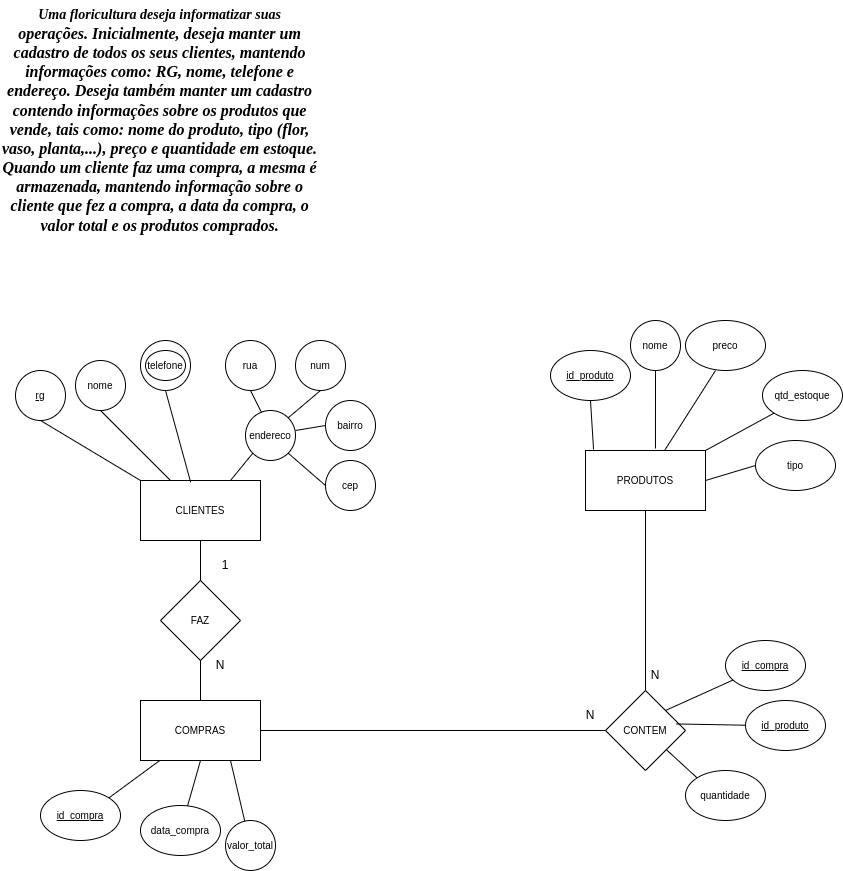
The draw.io diagram Banco de dados/Diagrama Entidade Relacionamento/DER03-SoulCode.drawio.png in Daniel022de/DataEngineer_SoulCode, before a commit. Source tidied: cells renumbered, new cells last; positions are measured from the earlier drawing's top-left corner, leaving out a move shared by most shapes. Its diagram source:
```xml
<mxGraphModel>
  <root>
    <mxCell id="0" />
    <mxCell id="1" parent="0" />
    <mxCell id="2" value="data_compra" style="ellipse;whiteSpace=wrap;html=1;fontSize=10;" parent="1" vertex="1">
      <mxGeometry x="140" y="805" width="80" height="50" as="geometry" />
    </mxCell>
    <mxCell id="3" style="endArrow=none;html=1;rounded=0;fontSize=10;entryX=0.5;entryY=1;entryDx=0;entryDy=0;" parent="1" edge="1" source="2" target="6">
      <mxGeometry relative="1" as="geometry" />
    </mxCell>
    <mxCell id="4" value="valor_total" style="ellipse;whiteSpace=wrap;html=1;fontSize=10;" parent="1" vertex="1">
      <mxGeometry x="225" y="820" width="50" height="50" as="geometry" />
    </mxCell>
    <mxCell id="5" style="endArrow=none;html=1;rounded=0;fontSize=10;entryX=0.75;entryY=1;entryDx=0;entryDy=0;" parent="1" edge="1" source="4" target="6">
      <mxGeometry relative="1" as="geometry" />
    </mxCell>
    <mxCell id="6" value="COMPRAS" style="rounded=0;whiteSpace=wrap;html=1;fontSize=10;" parent="1" vertex="1">
      <mxGeometry x="140" y="700" width="120" height="60" as="geometry" />
    </mxCell>
    <mxCell id="7" value="FAZ" style="rhombus;whiteSpace=wrap;html=1;fontSize=10;" parent="1" vertex="1">
      <mxGeometry x="160" y="580" width="80" height="80" as="geometry" />
    </mxCell>
    <mxCell id="8" value="CONTEM" style="rhombus;whiteSpace=wrap;html=1;fontSize=10;" parent="1" vertex="1">
      <mxGeometry x="605" y="690" width="80" height="80" as="geometry" />
    </mxCell>
    <mxCell id="9" value="quantidade" style="ellipse;whiteSpace=wrap;html=1;fontSize=10;" parent="1" vertex="1">
      <mxGeometry x="685" y="770" width="80" height="50" as="geometry" />
    </mxCell>
    <mxCell id="10" value="&lt;u&gt;id_compra&lt;/u&gt;" style="ellipse;whiteSpace=wrap;html=1;fontSize=10;" parent="1" vertex="1">
      <mxGeometry x="725" y="640" width="80" height="50" as="geometry" />
    </mxCell>
    <mxCell id="11" value="&lt;u&gt;id_produto&lt;/u&gt;" style="ellipse;whiteSpace=wrap;html=1;fontSize=10;" parent="1" vertex="1">
      <mxGeometry x="745" y="700" width="80" height="50" as="geometry" />
    </mxCell>
    <mxCell id="12" value="&lt;u&gt;id_compra&lt;/u&gt;" style="ellipse;whiteSpace=wrap;html=1;fontSize=10;" parent="1" vertex="1">
      <mxGeometry x="40" y="790" width="80" height="50" as="geometry" />
    </mxCell>
    <mxCell id="13" style="endArrow=none;html=1;rounded=0;fontSize=10;exitX=1;exitY=0;exitDx=0;exitDy=0;" parent="1" edge="1" source="12" target="6">
      <mxGeometry relative="1" as="geometry" />
    </mxCell>
    <mxCell id="14" value="PRODUTOS" style="rounded=0;whiteSpace=wrap;html=1;fontSize=10;" parent="1" vertex="1">
      <mxGeometry x="585" y="450" width="120" height="60" as="geometry" />
    </mxCell>
    <mxCell id="15" value="qtd_estoque" style="ellipse;whiteSpace=wrap;html=1;fontSize=10;" parent="1" vertex="1">
      <mxGeometry x="762" y="370" width="80" height="50" as="geometry" />
    </mxCell>
    <mxCell id="16" value="nome" style="ellipse;whiteSpace=wrap;html=1;fontSize=10;" parent="1" vertex="1">
      <mxGeometry x="630" y="320" width="50" height="50" as="geometry" />
    </mxCell>
    <mxCell id="17" style="endArrow=none;html=1;rounded=0;fontSize=10;exitX=0;exitY=1;exitDx=0;exitDy=0;entryX=1;entryY=0;entryDx=0;entryDy=0;" parent="1" edge="1" source="15" target="14">
      <mxGeometry relative="1" as="geometry" />
    </mxCell>
    <mxCell id="18" style="endArrow=none;html=1;rounded=0;fontSize=10;entryX=0.583;entryY=-0.033;entryDx=0;entryDy=0;entryPerimeter=0;" parent="1" edge="1" source="16" target="14">
      <mxGeometry relative="1" as="geometry" />
    </mxCell>
    <mxCell id="19" value="preco" style="ellipse;whiteSpace=wrap;html=1;fontSize=10;" parent="1" vertex="1">
      <mxGeometry x="685" y="320" width="80" height="50" as="geometry" />
    </mxCell>
    <mxCell id="20" style="endArrow=none;html=1;rounded=0;fontSize=10;" parent="1" edge="1" target="14">
      <mxGeometry relative="1" as="geometry">
        <mxPoint x="715" y="370" as="sourcePoint" />
      </mxGeometry>
    </mxCell>
    <mxCell id="21" value="&lt;u&gt;id_produto&lt;/u&gt;" style="ellipse;whiteSpace=wrap;html=1;fontSize=10;" parent="1" vertex="1">
      <mxGeometry x="550" y="350" width="80" height="50" as="geometry" />
    </mxCell>
    <mxCell id="22" style="endArrow=none;html=1;rounded=0;fontSize=10;exitX=0.5;exitY=1;exitDx=0;exitDy=0;entryX=0.067;entryY=-0.017;entryDx=0;entryDy=0;entryPerimeter=0;" parent="1" edge="1" source="21" target="14">
      <mxGeometry relative="1" as="geometry" />
    </mxCell>
    <mxCell id="23" value="tipo" style="ellipse;whiteSpace=wrap;html=1;fontSize=10;" parent="1" vertex="1">
      <mxGeometry x="755" y="440" width="80" height="50" as="geometry" />
    </mxCell>
    <mxCell id="24" style="endArrow=none;html=1;rounded=0;fontSize=10;exitX=1;exitY=0.5;exitDx=0;exitDy=0;entryX=0;entryY=0.5;entryDx=0;entryDy=0;" parent="1" edge="1" source="14" target="23">
      <mxGeometry relative="1" as="geometry" />
    </mxCell>
    <mxCell id="25" value="CLIENTES" style="rounded=0;whiteSpace=wrap;html=1;fontSize=10;" parent="1" vertex="1">
      <mxGeometry x="140" y="480" width="120" height="60" as="geometry" />
    </mxCell>
    <mxCell id="26" value="&lt;u&gt;rg&lt;/u&gt;" style="ellipse;whiteSpace=wrap;html=1;fontSize=10;" parent="1" vertex="1">
      <mxGeometry x="15" y="370" width="50" height="50" as="geometry" />
    </mxCell>
    <mxCell id="27" style="endArrow=none;html=1;rounded=0;fontSize=10;exitX=0.5;exitY=1;exitDx=0;exitDy=0;entryX=0;entryY=0;entryDx=0;entryDy=0;" parent="1" edge="1" source="26" target="25">
      <mxGeometry relative="1" as="geometry" />
    </mxCell>
    <mxCell id="28" value="nome" style="ellipse;whiteSpace=wrap;html=1;fontSize=10;" parent="1" vertex="1">
      <mxGeometry x="75" y="360" width="50" height="50" as="geometry" />
    </mxCell>
    <mxCell id="29" style="endArrow=none;html=1;rounded=0;fontSize=10;exitX=0.5;exitY=1;exitDx=0;exitDy=0;entryX=0.25;entryY=0;entryDx=0;entryDy=0;" parent="1" edge="1" source="28" target="25">
      <mxGeometry relative="1" as="geometry" />
    </mxCell>
    <mxCell id="30" value="telefone" style="ellipse;whiteSpace=wrap;html=1;fontSize=10;" parent="1" vertex="1">
      <mxGeometry x="140" y="340" width="50" height="50" as="geometry" />
    </mxCell>
    <mxCell id="31" style="endArrow=none;html=1;rounded=0;fontSize=10;exitX=0.5;exitY=1;exitDx=0;exitDy=0;entryX=0.418;entryY=0.029;entryDx=0;entryDy=0;entryPerimeter=0;" parent="1" edge="1" source="30" target="25">
      <mxGeometry relative="1" as="geometry" />
    </mxCell>
    <mxCell id="32" value="endereco" style="ellipse;whiteSpace=wrap;html=1;fontSize=10;" parent="1" vertex="1">
      <mxGeometry x="245" y="410" width="50" height="50" as="geometry" />
    </mxCell>
    <mxCell id="33" style="endArrow=none;html=1;rounded=0;fontSize=10;exitX=0;exitY=1;exitDx=0;exitDy=0;entryX=0.75;entryY=0;entryDx=0;entryDy=0;" parent="1" edge="1" source="32" target="25">
      <mxGeometry relative="1" as="geometry" />
    </mxCell>
    <mxCell id="34" value="telefone" style="ellipse;whiteSpace=wrap;html=1;fontSize=10;" parent="1" vertex="1">
      <mxGeometry x="145" y="350" width="40" height="30" as="geometry" />
    </mxCell>
    <mxCell id="35" value="rua" style="ellipse;whiteSpace=wrap;html=1;fontSize=10;" parent="1" vertex="1">
      <mxGeometry x="225" y="340" width="50" height="50" as="geometry" />
    </mxCell>
    <mxCell id="36" value="num" style="ellipse;whiteSpace=wrap;html=1;fontSize=10;" parent="1" vertex="1">
      <mxGeometry x="295" y="340" width="50" height="50" as="geometry" />
    </mxCell>
    <mxCell id="37" value="bairro" style="ellipse;whiteSpace=wrap;html=1;fontSize=10;" parent="1" vertex="1">
      <mxGeometry x="325" y="400" width="50" height="50" as="geometry" />
    </mxCell>
    <mxCell id="38" style="endArrow=none;html=1;rounded=0;fontSize=10;exitX=0.5;exitY=1;exitDx=0;exitDy=0;entryX=0.32;entryY=0.04;entryDx=0;entryDy=0;entryPerimeter=0;" parent="1" edge="1" source="35" target="32">
      <mxGeometry relative="1" as="geometry" />
    </mxCell>
    <mxCell id="39" style="endArrow=none;html=1;rounded=0;fontSize=10;exitX=1;exitY=0;exitDx=0;exitDy=0;entryX=0.5;entryY=1;entryDx=0;entryDy=0;" parent="1" edge="1" source="32" target="36">
      <mxGeometry relative="1" as="geometry" />
    </mxCell>
    <mxCell id="40" style="endArrow=none;html=1;rounded=0;fontSize=10;entryX=0;entryY=0.5;entryDx=0;entryDy=0;" parent="1" edge="1" target="37">
      <mxGeometry relative="1" as="geometry">
        <mxPoint x="295" y="430" as="sourcePoint" />
      </mxGeometry>
    </mxCell>
    <mxCell id="41" style="endArrow=none;html=1;rounded=0;fontSize=10;exitX=0.5;exitY=1;exitDx=0;exitDy=0;entryX=0.5;entryY=0;entryDx=0;entryDy=0;" parent="1" edge="1" source="25" target="7">
      <mxGeometry relative="1" as="geometry" />
    </mxCell>
    <mxCell id="42" style="endArrow=none;html=1;rounded=0;fontSize=10;exitX=0.5;exitY=1;exitDx=0;exitDy=0;entryX=0.5;entryY=0;entryDx=0;entryDy=0;" parent="1" edge="1" source="7" target="6">
      <mxGeometry relative="1" as="geometry" />
    </mxCell>
    <mxCell id="43" style="endArrow=none;html=1;rounded=0;fontSize=10;exitX=0.5;exitY=1;exitDx=0;exitDy=0;entryX=0.5;entryY=0;entryDx=0;entryDy=0;" parent="1" edge="1" source="14" target="8">
      <mxGeometry relative="1" as="geometry" />
    </mxCell>
    <mxCell id="44" style="endArrow=none;html=1;rounded=0;fontSize=10;exitX=0;exitY=0.5;exitDx=0;exitDy=0;entryX=1;entryY=0.5;entryDx=0;entryDy=0;" parent="1" edge="1" source="8" target="6">
      <mxGeometry relative="1" as="geometry" />
    </mxCell>
    <mxCell id="45" value="N" style="text;html=1;strokeColor=none;fillColor=none;align=center;verticalAlign=middle;whiteSpace=wrap;rounded=0;" parent="1" vertex="1">
      <mxGeometry x="190" y="650" width="60" height="30" as="geometry" />
    </mxCell>
    <mxCell id="46" value="1" style="text;html=1;strokeColor=none;fillColor=none;align=center;verticalAlign=middle;whiteSpace=wrap;rounded=0;" parent="1" vertex="1">
      <mxGeometry x="195" y="550" width="60" height="30" as="geometry" />
    </mxCell>
    <mxCell id="47" value="N" style="text;html=1;strokeColor=none;fillColor=none;align=center;verticalAlign=middle;whiteSpace=wrap;rounded=0;" parent="1" vertex="1">
      <mxGeometry x="560" y="700" width="60" height="30" as="geometry" />
    </mxCell>
    <mxCell id="48" value="N" style="text;html=1;strokeColor=none;fillColor=none;align=center;verticalAlign=middle;whiteSpace=wrap;rounded=0;" parent="1" vertex="1">
      <mxGeometry x="625" y="660" width="60" height="30" as="geometry" />
    </mxCell>
    <mxCell id="49" style="endArrow=none;html=1;rounded=0;exitX=1;exitY=0;exitDx=0;exitDy=0;" parent="1" edge="1" source="8" target="10">
      <mxGeometry relative="1" as="geometry" />
    </mxCell>
    <mxCell id="50" style="endArrow=none;html=1;rounded=0;entryX=0;entryY=0;entryDx=0;entryDy=0;" parent="1" edge="1" source="8" target="9">
      <mxGeometry relative="1" as="geometry" />
    </mxCell>
    <mxCell id="51" style="endArrow=none;html=1;rounded=0;exitX=0.884;exitY=0.418;exitDx=0;exitDy=0;exitPerimeter=0;" parent="1" edge="1" source="8" target="11">
      <mxGeometry relative="1" as="geometry" />
    </mxCell>
    <mxCell id="52" value="cep" style="ellipse;whiteSpace=wrap;html=1;fontSize=10;" parent="1" vertex="1">
      <mxGeometry x="325" y="460" width="50" height="50" as="geometry" />
    </mxCell>
    <mxCell id="53" style="endArrow=none;html=1;rounded=0;fontSize=10;entryX=0;entryY=0.5;entryDx=0;entryDy=0;exitX=1;exitY=1;exitDx=0;exitDy=0;" parent="1" edge="1" source="32" target="52">
      <mxGeometry relative="1" as="geometry" />
    </mxCell>
    <mxCell id="54" value="&lt;div style=&quot;text-align: center;&quot;&gt;&lt;font style=&quot;font-size: 14px;&quot; face=&quot;Times New Roman&quot;&gt;&lt;b style=&quot;&quot;&gt;&lt;i style=&quot;&quot;&gt;Uma floricultura deseja informatizar suas&lt;/i&gt;&lt;/b&gt;&lt;/font&gt;&lt;/div&gt;&lt;div style=&quot;text-align: center;&quot;&gt;&lt;font size=&quot;3&quot; face=&quot;Times New Roman&quot;&gt;&lt;b&gt;&lt;i&gt;operações. Inicialmente, deseja manter um&lt;/i&gt;&lt;/b&gt;&lt;/font&gt;&lt;/div&gt;&lt;div style=&quot;text-align: center;&quot;&gt;&lt;font size=&quot;3&quot; face=&quot;Times New Roman&quot;&gt;&lt;b&gt;&lt;i&gt;cadastro de todos os seus clientes, mantendo&lt;/i&gt;&lt;/b&gt;&lt;/font&gt;&lt;/div&gt;&lt;div style=&quot;text-align: center;&quot;&gt;&lt;font size=&quot;3&quot; face=&quot;Times New Roman&quot;&gt;&lt;b&gt;&lt;i&gt;informações como: RG, nome, telefone e&lt;/i&gt;&lt;/b&gt;&lt;/font&gt;&lt;/div&gt;&lt;div style=&quot;text-align: center;&quot;&gt;&lt;font size=&quot;3&quot; face=&quot;Times New Roman&quot;&gt;&lt;b&gt;&lt;i&gt;endereço. Deseja também manter um cadastro&lt;/i&gt;&lt;/b&gt;&lt;/font&gt;&lt;/div&gt;&lt;div style=&quot;text-align: center;&quot;&gt;&lt;font size=&quot;3&quot; face=&quot;Times New Roman&quot;&gt;&lt;b&gt;&lt;i&gt;contendo informações sobre os produtos que&lt;/i&gt;&lt;/b&gt;&lt;/font&gt;&lt;/div&gt;&lt;div style=&quot;text-align: center;&quot;&gt;&lt;font size=&quot;3&quot; face=&quot;Times New Roman&quot;&gt;&lt;b&gt;&lt;i&gt;vende, tais como: nome do produto, tipo (flor,&lt;/i&gt;&lt;/b&gt;&lt;/font&gt;&lt;/div&gt;&lt;div style=&quot;text-align: center;&quot;&gt;&lt;font size=&quot;3&quot; face=&quot;Times New Roman&quot;&gt;&lt;b&gt;&lt;i&gt;vaso, planta,...), preço e quantidade em estoque.&lt;/i&gt;&lt;/b&gt;&lt;/font&gt;&lt;/div&gt;&lt;div style=&quot;text-align: center;&quot;&gt;&lt;font size=&quot;3&quot; face=&quot;Times New Roman&quot;&gt;&lt;b&gt;&lt;i&gt;Quando um cliente faz uma compra, a mesma é&lt;/i&gt;&lt;/b&gt;&lt;/font&gt;&lt;/div&gt;&lt;div style=&quot;text-align: center;&quot;&gt;&lt;font size=&quot;3&quot; face=&quot;Times New Roman&quot;&gt;&lt;b&gt;&lt;i&gt;armazenada, mantendo informação sobre o&lt;/i&gt;&lt;/b&gt;&lt;/font&gt;&lt;/div&gt;&lt;div style=&quot;text-align: center;&quot;&gt;&lt;font size=&quot;3&quot; face=&quot;Times New Roman&quot;&gt;&lt;b&gt;&lt;i&gt;cliente que fez a compra, a data da compra, o&lt;/i&gt;&lt;/b&gt;&lt;/font&gt;&lt;/div&gt;&lt;div style=&quot;text-align: center;&quot;&gt;&lt;font size=&quot;3&quot; face=&quot;Times New Roman&quot;&gt;&lt;b style=&quot;&quot;&gt;&lt;i style=&quot;&quot;&gt;valor total e os produtos comprados.&lt;/i&gt;&lt;/b&gt;&lt;/font&gt;&lt;/div&gt;" style="text;whiteSpace=wrap;html=1;" parent="1" vertex="1">
      <mxGeometry width="500" height="50" as="geometry" />
    </mxCell>
  </root>
</mxGraphModel>
```
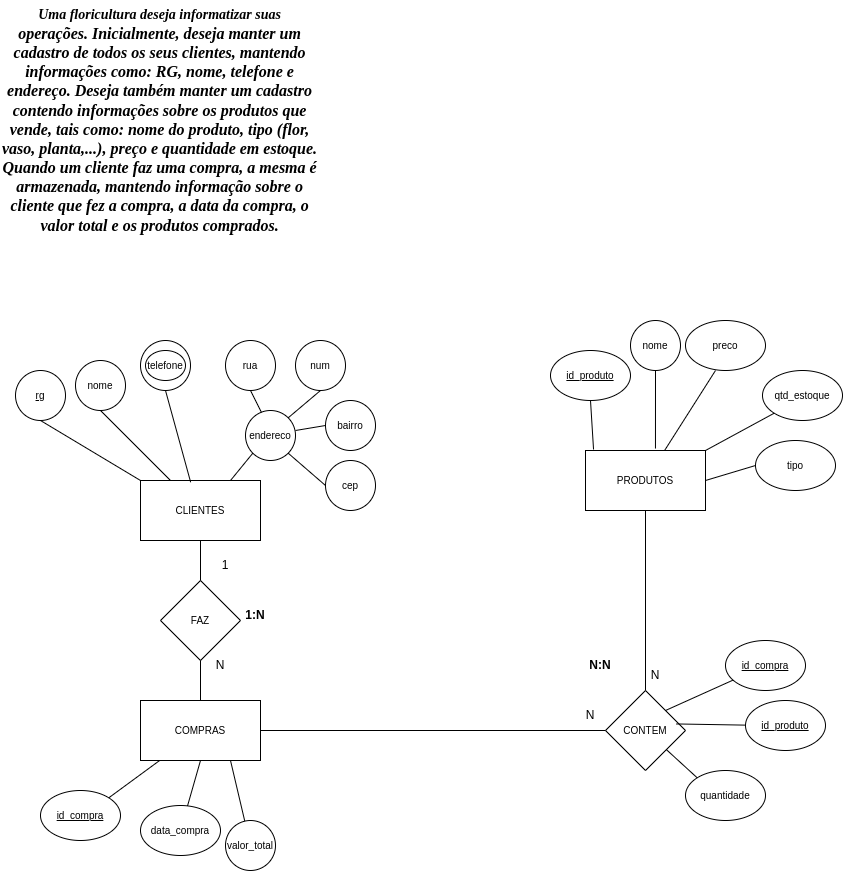
After the change.

The edit, as a diff of the source:
```diff
@@ -165,5 +165,11 @@
     <mxCell id="54" value="&lt;div style=&quot;text-align: center;&quot;&gt;&lt;font style=&quot;font-size: 14px;&quot; face=&quot;Times New Roman&quot;&gt;&lt;b style=&quot;&quot;&gt;&lt;i style=&quot;&quot;&gt;Uma floricultura deseja informatizar suas&lt;/i&gt;&lt;/b&gt;&lt;/font&gt;&lt;/div&gt;&lt;div style=&quot;text-align: center;&quot;&gt;&lt;font size=&quot;3&quot; face=&quot;Times New Roman&quot;&gt;&lt;b&gt;&lt;i&gt;operações. Inicialmente, deseja manter um&lt;/i&gt;&lt;/b&gt;&lt;/font&gt;&lt;/div&gt;&lt;div style=&quot;text-align: center;&quot;&gt;&lt;font size=&quot;3&quot; face=&quot;Times New Roman&quot;&gt;&lt;b&gt;&lt;i&gt;cadastro de todos os seus clientes, mantendo&lt;/i&gt;&lt;/b&gt;&lt;/font&gt;&lt;/div&gt;&lt;div style=&quot;text-align: center;&quot;&gt;&lt;font size=&quot;3&quot; face=&quot;Times New Roman&quot;&gt;&lt;b&gt;&lt;i&gt;informações como: RG, nome, telefone e&lt;/i&gt;&lt;/b&gt;&lt;/font&gt;&lt;/div&gt;&lt;div style=&quot;text-align: center;&quot;&gt;&lt;font size=&quot;3&quot; face=&quot;Times New Roman&quot;&gt;&lt;b&gt;&lt;i&gt;endereço. Deseja também manter um cadastro&lt;/i&gt;&lt;/b&gt;&lt;/font&gt;&lt;/div&gt;&lt;div style=&quot;text-align: center;&quot;&gt;&lt;font size=&quot;3&quot; face=&quot;Times New Roman&quot;&gt;&lt;b&gt;&lt;i&gt;contendo informações sobre os produtos que&lt;/i&gt;&lt;/b&gt;&lt;/font&gt;&lt;/div&gt;&lt;div style=&quot;text-align: center;&quot;&gt;&lt;font size=&quot;3&quot; face=&quot;Times New Roman&quot;&gt;&lt;b&gt;&lt;i&gt;vende, tais como: nome do produto, tipo (flor,&lt;/i&gt;&lt;/b&gt;&lt;/font&gt;&lt;/div&gt;&lt;div style=&quot;text-align: center;&quot;&gt;&lt;font size=&quot;3&quot; face=&quot;Times New Roman&quot;&gt;&lt;b&gt;&lt;i&gt;vaso, planta,...), preço e quantidade em estoque.&lt;/i&gt;&lt;/b&gt;&lt;/font&gt;&lt;/div&gt;&lt;div style=&quot;text-align: center;&quot;&gt;&lt;font size=&quot;3&quot; face=&quot;Times New Roman&quot;&gt;&lt;b&gt;&lt;i&gt;Quando um cliente faz uma compra, a mesma é&lt;/i&gt;&lt;/b&gt;&lt;/font&gt;&lt;/div&gt;&lt;div style=&quot;text-align: center;&quot;&gt;&lt;font size=&quot;3&quot; face=&quot;Times New Roman&quot;&gt;&lt;b&gt;&lt;i&gt;armazenada, mantendo informação sobre o&lt;/i&gt;&lt;/b&gt;&lt;/font&gt;&lt;/div&gt;&lt;div style=&quot;text-align: center;&quot;&gt;&lt;font size=&quot;3&quot; face=&quot;Times New Roman&quot;&gt;&lt;b&gt;&lt;i&gt;cliente que fez a compra, a data da compra, o&lt;/i&gt;&lt;/b&gt;&lt;/font&gt;&lt;/div&gt;&lt;div style=&quot;text-align: center;&quot;&gt;&lt;font size=&quot;3&quot; face=&quot;Times New Roman&quot;&gt;&lt;b style=&quot;&quot;&gt;&lt;i style=&quot;&quot;&gt;valor total e os produtos comprados.&lt;/i&gt;&lt;/b&gt;&lt;/font&gt;&lt;/div&gt;" style="text;whiteSpace=wrap;html=1;" parent="1" vertex="1">
       <mxGeometry width="500" height="50" as="geometry" />
     </mxCell>
+    <mxCell id="55" value="&lt;b&gt;1:N&lt;/b&gt;" style="text;html=1;strokeColor=none;fillColor=none;align=center;verticalAlign=middle;whiteSpace=wrap;rounded=0;" parent="1" vertex="1">
+      <mxGeometry x="225" y="600" width="60" height="30" as="geometry" />
+    </mxCell>
+    <mxCell id="56" value="&lt;b&gt;N:N&lt;/b&gt;" style="text;html=1;strokeColor=none;fillColor=none;align=center;verticalAlign=middle;whiteSpace=wrap;rounded=0;" parent="1" vertex="1">
+      <mxGeometry x="570" y="650" width="60" height="30" as="geometry" />
+    </mxCell>
   </root>
 </mxGraphModel>
```
